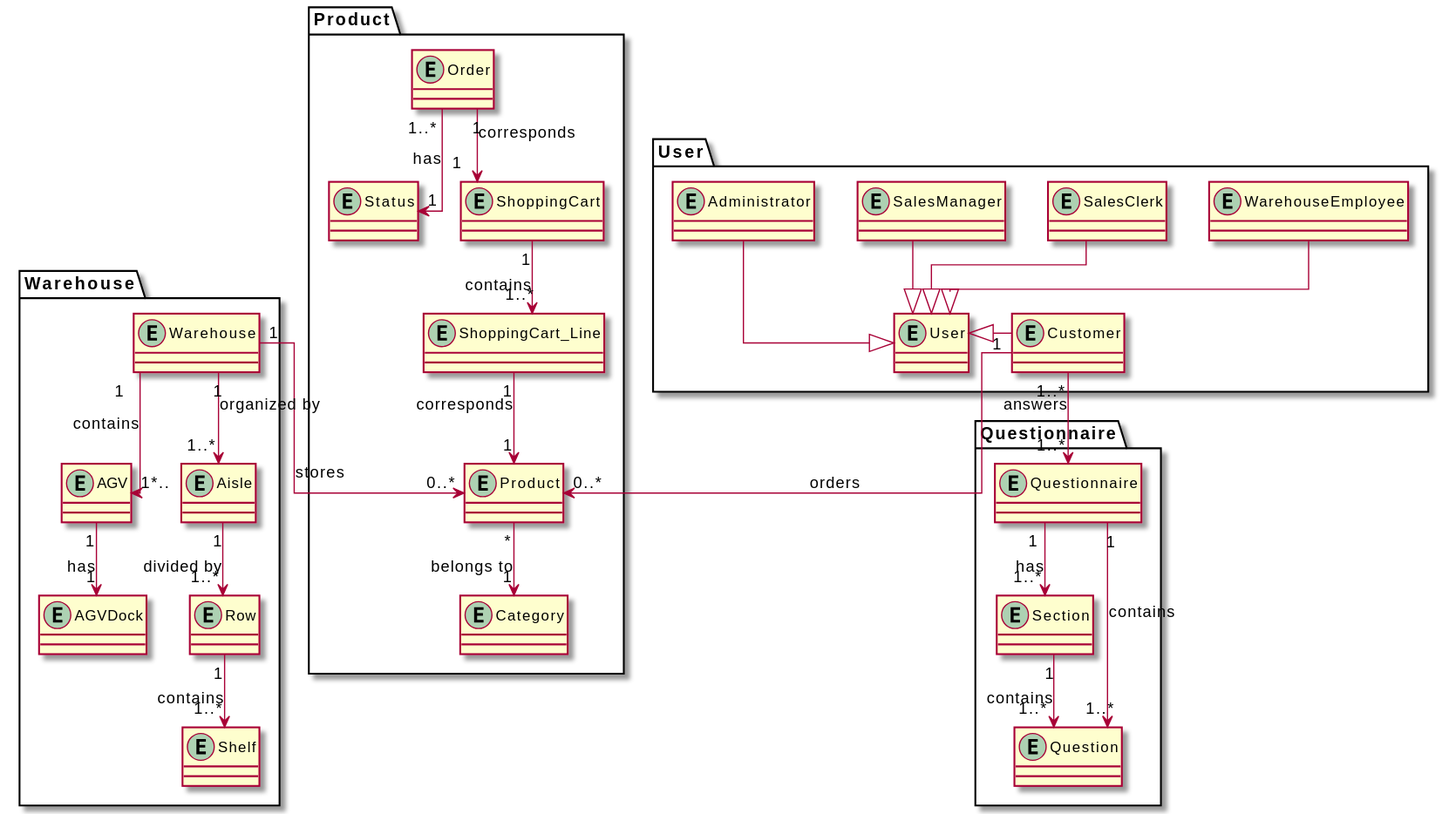
Pedromaia26/LAPR4-ISEP keeps this PlantUML diagram as Documentação/Geral/ModeloDomínio/DM.svg. Above is the earlier version.
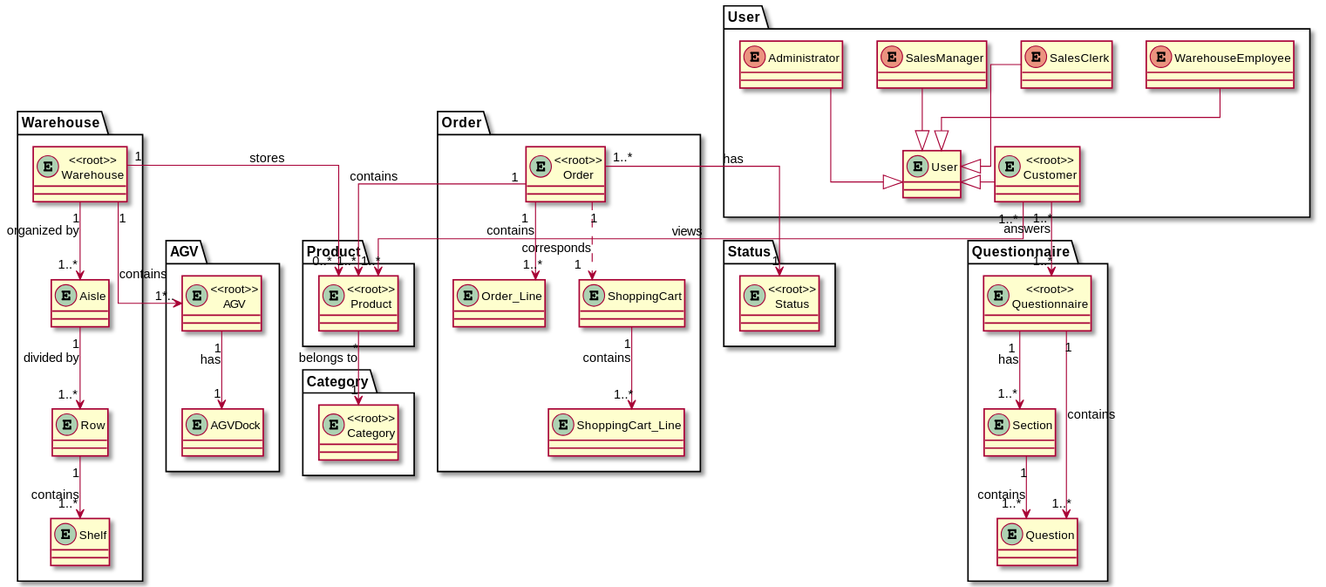
Above is the later version.

Commit message:
#1 Domain model svg

Diff of the diagram source:
```diff
@@ -1,62 +1,83 @@
-@startuml
+@startuml Modelo de domínio
 
 
 skinparam linetype ortho
 
 package Product{
-  entity Product
-  entity Order
-  entity ShoppingCart_Line
-  entity Status
-  entity Category
-  entity ShoppingCart
+  entity "<<root>>\nProduct"
 }
 
 package User{
-  entity Customer
+  entity "<<root>>\nCustomer"
   entity User
-  entity WarehouseEmployee
-  entity SalesClerk
-  entity SalesManager
-  entity Administrator
+  enum WarehouseEmployee
+  enum SalesClerk
+  enum SalesManager
+  enum Administrator
 }
 
 package Questionnaire{
-  entity Questionnaire
+  entity "<<root>>\nQuestionnaire"
   entity Section
   entity Question
 }
 
 package Warehouse{
-  entity Warehouse
-  entity AGV
-  entity AGVDock
+  entity "<<root>>\nWarehouse"
   entity Aisle
   entity Row
   entity Shelf
 }
 
+package AGV{
+    entity "<<root>>\nAGV"
+    entity AGVDock
+}
+
+package Category{
+    entity "<<root>>\nCategory"
+}
 
 
-Customer -left--|> User
+package Status{
+    entity "<<root>>\nStatus"
+}
+
+package Order{
+  entity "<<root>>\nOrder"
+  entity ShoppingCart_Line
+  entity Order_Line
+  entity ShoppingCart
+}
+
+
+
+"<<root>>\nCustomer" -left--|> User
 WarehouseEmployee --|> User
 SalesClerk --|> User
 SalesManager --|> User
 Administrator --|> User
-Customer "1" --> "0..*" Product: orders
-Product "*" --> "1"  Category : belongs to
-Order "1"--> "1" ShoppingCart : corresponds
+"<<root>>\nCustomer" "1..*" --> "1..*" "<<root>>\nProduct": views
+"<<root>>\nProduct" "*" --> "1"  "<<root>>\nCategory" : belongs to
+"<<root>>\nOrder" "1" ..> "1" ShoppingCart : corresponds
 ShoppingCart "1" --> "1..*" ShoppingCart_Line : contains
-ShoppingCart_Line "1" --> "1" Product : corresponds
-Order "1..*" --> "1" Status : has
-Warehouse "1" --> "0..*" Product : stores
-Questionnaire "1" --> "1..*" Question : contains
-Questionnaire "1" --> "1..*" Section : has
+"<<root>>\nOrder" "1..*" --> "1" "<<root>>\nStatus" : has
+"<<root>>\nWarehouse" "1" --> "0..*" "<<root>>\nProduct" : stores
+"<<root>>\nQuestionnaire" "1" --> "1..*" Question : contains
+"<<root>>\nQuestionnaire" "1" --> "1..*" Section : has
 Section "1" --> "1..*" Question : contains
-Warehouse "1" --> "1*.." AGV : contains
-Customer "1..*" --> "1..*" Questionnaire : answers
-Warehouse "1" --> "1..*" Aisle : organized by
-AGV "1" --> "1" AGVDock : has
+"<<root>>\nWarehouse" "1" --> "1*.." "<<root>>\nAGV" : contains
+"<<root>>\nCustomer" "1..*" --> "1..*" "<<root>>\nQuestionnaire" : answers
+"<<root>>\nWarehouse" "1" --> "1..*" Aisle : organized by
+"<<root>>\nAGV" "1" --> "1" AGVDock : has
 Aisle "1" --> "1..*" Row : divided by
 Row "1" --> "1..*" Shelf  : contains
+"<<root>>\nOrder" "1" --> "1..*" "<<root>>\nProduct" : contains
+"<<root>>\nOrder" "1" --> "1..*" Order_Line : contains
+
+
+
+
+
+
 @enduml
```
